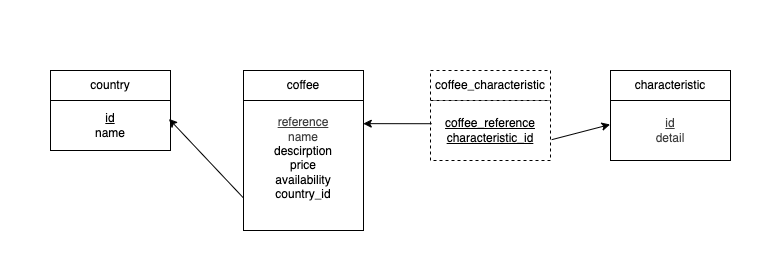
accolette/challenge-Semaine11-BackEnd-ocoffee keeps this draw.io diagram as project-management/modeles-de-donnees/02-model-logique-donnees.png. Above is the earlier version. Source tidied: cells renumbered, new cells last; positions are measured from the earlier drawing's top-left corner, leaving out a move shared by most shapes.
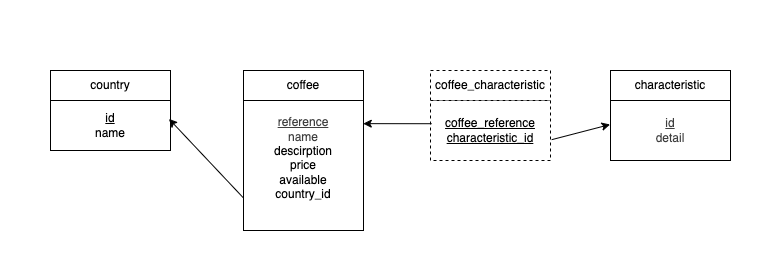
The same diagram one commit later.

The edit, as a diff of the source:
```diff
@@ -17,7 +17,7 @@
     <mxCell id="6" value="&lt;div&gt;&lt;u&gt;id&lt;/u&gt;&lt;/div&gt;&lt;div&gt;name&lt;/div&gt;" style="rounded=0;whiteSpace=wrap;html=1;" parent="1" vertex="1">
       <mxGeometry x="50" y="100" width="120" height="50" as="geometry" />
     </mxCell>
-    <mxCell id="7" value="&lt;div&gt;&lt;span style=&quot;color: rgb(63, 63, 63); background-color: transparent;&quot;&gt;&lt;u&gt;reference&lt;/u&gt;&lt;/span&gt;&lt;/div&gt;&lt;div&gt;&lt;span style=&quot;color: rgb(63, 63, 63); background-color: transparent;&quot;&gt;name&lt;/span&gt;&lt;/div&gt;&lt;div&gt;descirption&lt;/div&gt;&lt;div&gt;price&lt;/div&gt;&lt;div&gt;availability&lt;/div&gt;&lt;div&gt;country_id&lt;/div&gt;&lt;div&gt;&lt;br&gt;&lt;/div&gt;" style="rounded=0;whiteSpace=wrap;html=1;" parent="1" vertex="1">
+    <mxCell id="7" value="&lt;div&gt;&lt;span style=&quot;color: rgb(63, 63, 63); background-color: transparent;&quot;&gt;&lt;u&gt;reference&lt;/u&gt;&lt;/span&gt;&lt;/div&gt;&lt;div&gt;&lt;span style=&quot;color: rgb(63, 63, 63); background-color: transparent;&quot;&gt;name&lt;/span&gt;&lt;/div&gt;&lt;div&gt;descirption&lt;/div&gt;&lt;div&gt;price&lt;/div&gt;&lt;div&gt;available&lt;/div&gt;&lt;div&gt;country_id&lt;/div&gt;&lt;div&gt;&lt;br&gt;&lt;/div&gt;" style="rounded=0;whiteSpace=wrap;html=1;" parent="1" vertex="1">
       <mxGeometry x="243" y="100" width="120" height="130" as="geometry" />
     </mxCell>
     <mxCell id="8" value="&lt;div&gt;&lt;span style=&quot;color: rgb(63, 63, 63); background-color: transparent;&quot;&gt;&lt;u&gt;id&lt;/u&gt;&lt;/span&gt;&lt;/div&gt;&lt;div&gt;&lt;span style=&quot;color: rgb(63, 63, 63); background-color: transparent;&quot;&gt;detail&lt;/span&gt;&lt;/div&gt;" style="rounded=0;whiteSpace=wrap;html=1;" parent="1" vertex="1">
```
